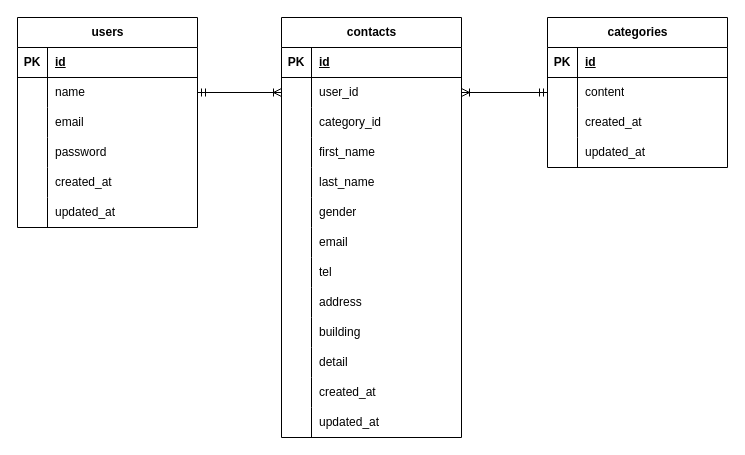
Before: src/docs/er-diagram.drawio in YAMA-A11Y/test_contact-form, a draw.io diagram. Source tidied: cells renumbered, new cells numbered last; positions are measured from the earlier drawing's top-left corner, leaving out a move shared by most shapes. Both pictures are drawn from the tidied source at 100%, with x=0, y=0 at pixel (17, 17).
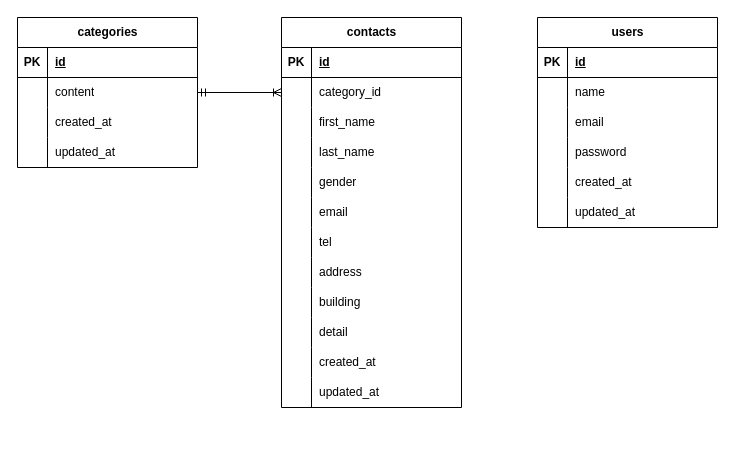
The same diagram, later.

The change refers to these unchanged cells:
```xml
<mxCell id="46" style="shape=tableRow;horizontal=0;startSize=0;swimlaneHead=0;swimlaneBody=0;fillColor=none;points=[[0,0.5],[1,0.5]];portConstraint=eastwest;top=0;left=0;right=0;bottom=0;" parent="42" vertex="1">
  <mxGeometry y="60" width="180" height="30" as="geometry" />
</mxCell>
<mxCell id="59" style="shape=tableRow;horizontal=0;startSize=0;swimlaneHead=0;swimlaneBody=0;fillColor=none;points=[[0,0.5],[1,0.5]];portConstraint=eastwest;top=0;left=0;right=0;bottom=0;" parent="55" vertex="1">
  <mxGeometry y="60" width="180" height="30" as="geometry" />
</mxCell>
```

Change to the diagram source:
```diff
@@
     <mxCell id="2" value="contacts" style="shape=table;startSize=30;childLayout=tableLayout;rowLines=0;fontStyle=1;align=center;html=1;" parent="1" vertex="1">
-      <mxGeometry x="264" width="180" height="420" as="geometry" />
+      <mxGeometry x="264" width="180" height="390" as="geometry" />
     </mxCell>
@@
-    <mxCell id="6" style="shape=tableRow;horizontal=0;startSize=0;swimlaneHead=0;swimlaneBody=0;fillColor=none;points=[[0,0.5],[1,0.5]];portConstraint=eastwest;top=0;left=0;right=0;bottom=0;" parent="2" vertex="1">
-      <mxGeometry y="60" width="180" height="30" as="geometry" />
-    </mxCell>
-    <mxCell id="7" style="shape=partialRectangle;fillColor=none;top=0;left=0;bottom=0;right=0;overflow=hidden;whiteSpace=wrap;html=1;" parent="6" vertex="1">
-      <mxGeometry width="30" height="30" as="geometry" />
-    </mxCell>
-    <mxCell id="8" value="user_id" style="shape=partialRectangle;fillColor=none;top=0;left=0;bottom=0;right=0;align=left;spacingLeft=6;overflow=hidden;whiteSpace=wrap;html=1;" parent="6" vertex="1">
-      <mxGeometry x="30" width="150" height="30" as="geometry" />
-    </mxCell>
     <mxCell id="9" style="shape=tableRow;horizontal=0;startSize=0;swimlaneHead=0;swimlaneBody=0;fillColor=none;points=[[0,0.5],[1,0.5]];portConstraint=eastwest;top=0;left=0;right=0;bottom=0;" parent="2" vertex="1">
-      <mxGeometry y="90" width="180" height="30" as="geometry" />
+      <mxGeometry y="60" width="180" height="30" as="geometry" />
     </mxCell>
@@
     <mxCell id="12" style="shape=tableRow;horizontal=0;startSize=0;swimlaneHead=0;swimlaneBody=0;fillColor=none;top=0;left=0;right=0;bottom=0;" parent="2" vertex="1">
-      <mxGeometry y="120" width="180" height="30" as="geometry" />
+      <mxGeometry y="90" width="180" height="30" as="geometry" />
     </mxCell>
@@
     <mxCell id="15" style="shape=tableRow;horizontal=0;startSize=0;swimlaneHead=0;swimlaneBody=0;fillColor=none;top=0;left=0;right=0;bottom=0;" parent="2" vertex="1">
-      <mxGeometry y="150" width="180" height="30" as="geometry" />
+      <mxGeometry y="120" width="180" height="30" as="geometry" />
     </mxCell>
@@
     <mxCell id="18" style="shape=tableRow;horizontal=0;startSize=0;swimlaneHead=0;swimlaneBody=0;fillColor=none;top=0;left=0;right=0;bottom=0;" parent="2" vertex="1">
-      <mxGeometry y="180" width="180" height="30" as="geometry" />
+      <mxGeometry y="150" width="180" height="30" as="geometry" />
     </mxCell>
@@
     <mxCell id="21" style="shape=tableRow;horizontal=0;startSize=0;swimlaneHead=0;swimlaneBody=0;fillColor=none;top=0;left=0;right=0;bottom=0;" parent="2" vertex="1">
-      <mxGeometry y="210" width="180" height="30" as="geometry" />
+      <mxGeometry y="180" width="180" height="30" as="geometry" />
     </mxCell>
@@
     <mxCell id="24" style="shape=tableRow;horizontal=0;startSize=0;swimlaneHead=0;swimlaneBody=0;fillColor=none;top=0;left=0;right=0;bottom=0;" parent="2" vertex="1">
-      <mxGeometry y="240" width="180" height="30" as="geometry" />
+      <mxGeometry y="210" width="180" height="30" as="geometry" />
     </mxCell>
@@
     <mxCell id="27" style="shape=tableRow;horizontal=0;startSize=0;swimlaneHead=0;swimlaneBody=0;fillColor=none;top=0;left=0;right=0;bottom=0;" parent="2" vertex="1">
-      <mxGeometry y="270" width="180" height="30" as="geometry" />
+      <mxGeometry y="240" width="180" height="30" as="geometry" />
     </mxCell>
@@
     <mxCell id="30" style="shape=tableRow;horizontal=0;startSize=0;swimlaneHead=0;swimlaneBody=0;fillColor=none;top=0;left=0;right=0;bottom=0;" parent="2" vertex="1">
-      <mxGeometry y="300" width="180" height="30" as="geometry" />
+      <mxGeometry y="270" width="180" height="30" as="geometry" />
     </mxCell>
@@
     <mxCell id="33" style="shape=tableRow;horizontal=0;startSize=0;swimlaneHead=0;swimlaneBody=0;fillColor=none;top=0;left=0;right=0;bottom=0;" parent="2" vertex="1">
-      <mxGeometry y="330" width="180" height="30" as="geometry" />
+      <mxGeometry y="300" width="180" height="30" as="geometry" />
     </mxCell>
@@
     <mxCell id="36" style="shape=tableRow;horizontal=0;startSize=0;swimlaneHead=0;swimlaneBody=0;fillColor=none;top=0;left=0;right=0;bottom=0;" parent="2" vertex="1">
-      <mxGeometry y="360" width="180" height="30" as="geometry" />
+      <mxGeometry y="330" width="180" height="30" as="geometry" />
     </mxCell>
@@
     <mxCell id="39" style="shape=tableRow;horizontal=0;startSize=0;swimlaneHead=0;swimlaneBody=0;fillColor=none;top=0;left=0;right=0;bottom=0;" parent="2" vertex="1">
-      <mxGeometry y="390" width="180" height="30" as="geometry" />
+      <mxGeometry y="360" width="180" height="30" as="geometry" />
     </mxCell>
@@
     <mxCell id="42" value="categories" style="shape=table;startSize=30;childLayout=tableLayout;rowLines=0;fontStyle=1;align=center;html=1;" parent="1" vertex="1">
-      <mxGeometry x="530" width="180" height="150" as="geometry" />
+      <mxGeometry width="180" height="150" as="geometry" />
     </mxCell>
@@
     <mxCell id="55" value="users" style="shape=table;startSize=30;childLayout=tableLayout;rowLines=0;fontStyle=1;align=center;html=1;" parent="1" vertex="1">
-      <mxGeometry width="180" height="210" as="geometry" />
+      <mxGeometry x="520" width="180" height="210" as="geometry" />
     </mxCell>
@@
-    <mxCell id="74" style="fontSize=12;html=1;endArrow=ERoneToMany;startArrow=ERmandOne;rounded=0;exitX=1;exitY=0.5;exitDx=0;exitDy=0;entryX=0;entryY=0.5;entryDx=0;entryDy=0;" parent="1" edge="1" source="59" target="6">
-      <mxGeometry relative="1" as="geometry" />
-    </mxCell>
-    <mxCell id="75" style="fontSize=12;html=1;endArrow=ERoneToMany;startArrow=ERmandOne;rounded=0;exitX=0;exitY=0.5;exitDx=0;exitDy=0;entryX=1;entryY=0.5;entryDx=0;entryDy=0;" parent="1" edge="1" source="46" target="6">
+    <mxCell id="75" style="fontSize=12;html=1;endArrow=ERoneToMany;startArrow=ERmandOne;rounded=0;entryX=0;entryY=0.5;entryDx=0;entryDy=0;exitX=1;exitY=0.5;exitDx=0;exitDy=0;" parent="1" edge="1" source="46" target="9">
       <mxGeometry relative="1" as="geometry" />
     </mxCell>
```
